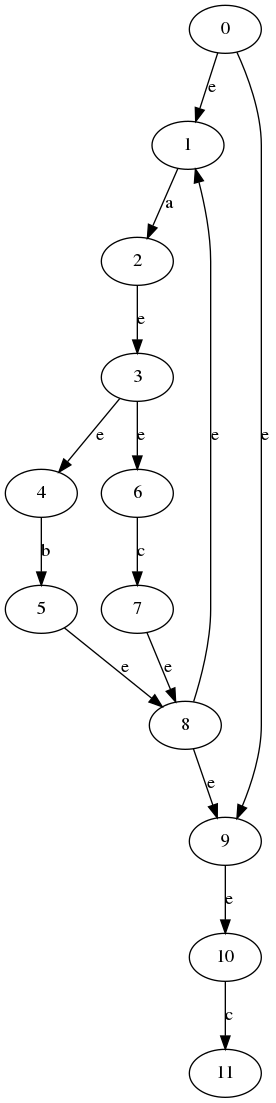
Above: graphviz/g1.png in ageev-aleksey/HGrammStateMachine (Graphviz), before the change. Its source is kept beside it as graphviz/g1.dot.
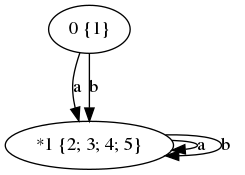
Later version of the same file.

The edit, as a diff of the source:
```diff
@@ -1,17 +1,6 @@
 digraph {
-0->1 [label="e"]
-0->9 [label="e"]
-1->2 [label="a"]
-2->3 [label="e"]
-3->4 [label="e"]
-3->6 [label="e"]
-4->5 [label="b"]
-5->8 [label="e"]
-6->7 [label="c"]
-7->8 [label="e"]
-8->1 [label="e"]
-8->9 [label="e"]
-9->10 [label="e"]
-10->11 [label="c"]
-11
+"0 {1}" -> "*1 {2; 3; 4; 5}" [label="a"]
+"0 {1}" -> "*1 {2; 3; 4; 5}" [label="b"]
+"*1 {2; 3; 4; 5}" -> "*1 {2; 3; 4; 5}" [label="a"]
+"*1 {2; 3; 4; 5}" -> "*1 {2; 3; 4; 5}" [label="b"]
 }
```
